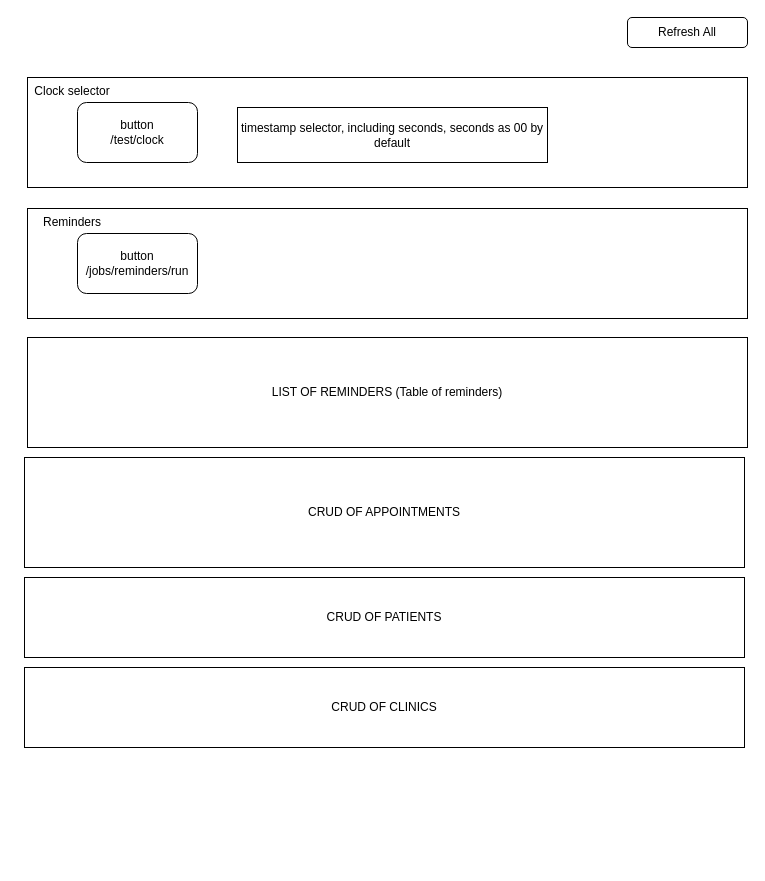
Before: frontend/frontend-layout.drawio in marlonmacedoiberico/backend-challenge, a draw.io diagram. Source tidied: cells renumbered, new cells numbered last; positions are measured from the earlier drawing's top-left corner, leaving out a move shared by most shapes. Both pictures are drawn from the tidied source at 100%, with x=0, y=0 at pixel (17, 17).
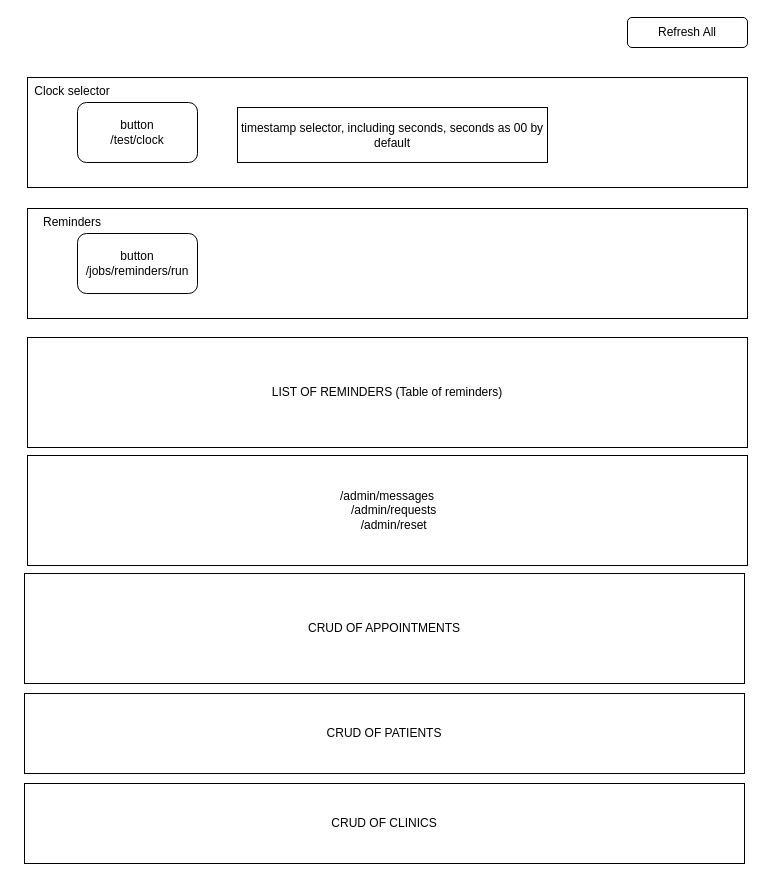
The same diagram, later.

Commit message (it also covers changes not shown here):
refined frontend spec

Change to the diagram source:
```diff
@@
 <mxGraphModel>
   <root>
     <mxCell id="0" />
     <mxCell id="1" parent="0" />
     <mxCell id="2" style="rounded=0;whiteSpace=wrap;html=1;" parent="1" vertex="1">
       <mxGeometry x="10" y="60" width="720" height="110" as="geometry" />
     </mxCell>
     <mxCell id="3" value="button&lt;br&gt;/test/clock" style="rounded=1;whiteSpace=wrap;html=1;roundedPerimeter=1;" parent="1" vertex="1">
       <mxGeometry x="60" y="85" width="120" height="60" as="geometry" />
     </mxCell>
     <mxCell id="4" value="timestamp selector, including seconds, seconds as 00 by default" style="rounded=0;whiteSpace=wrap;html=1;" parent="1" vertex="1">
       <mxGeometry x="220" y="90" width="310" height="55" as="geometry" />
     </mxCell>
     <mxCell id="5" value="Clock selector" style="text;html=1;whiteSpace=wrap;strokeColor=none;fillColor=none;align=center;verticalAlign=middle;rounded=0;" parent="1" vertex="1">
       <mxGeometry y="59" width="110" height="30" as="geometry" />
     </mxCell>
     <mxCell id="6" style="rounded=0;whiteSpace=wrap;html=1;" parent="1" vertex="1">
       <mxGeometry x="10" y="191" width="720" height="110" as="geometry" />
     </mxCell>
     <mxCell id="7" value="button&lt;br&gt;&lt;span style=&quot;text-align: left;&quot;&gt;/jobs/reminders/run&lt;/span&gt;" style="rounded=1;whiteSpace=wrap;html=1;roundedPerimeter=1;" parent="1" vertex="1">
       <mxGeometry x="60" y="216" width="120" height="60" as="geometry" />
     </mxCell>
     <mxCell id="8" value="Reminders" style="text;html=1;whiteSpace=wrap;strokeColor=none;fillColor=none;align=center;verticalAlign=middle;rounded=0;" parent="1" vertex="1">
       <mxGeometry y="190" width="110" height="30" as="geometry" />
     </mxCell>
     <mxCell id="9" value="CRUD OF APPOINTMENTS" style="rounded=0;whiteSpace=wrap;html=1;" parent="1" vertex="1">
-      <mxGeometry x="7" y="440" width="720" height="110" as="geometry" />
+      <mxGeometry x="7" y="556" width="720" height="110" as="geometry" />
     </mxCell>
     <mxCell id="10" value="CRUD OF PATIENTS" style="rounded=0;whiteSpace=wrap;html=1;" parent="1" vertex="1">
-      <mxGeometry x="7" y="560" width="720" height="80" as="geometry" />
+      <mxGeometry x="7" y="676" width="720" height="80" as="geometry" />
     </mxCell>
     <mxCell id="11" value="CRUD OF CLINICS" style="rounded=0;whiteSpace=wrap;html=1;" parent="1" vertex="1">
-      <mxGeometry x="7" y="650" width="720" height="80" as="geometry" />
+      <mxGeometry x="7" y="766" width="720" height="80" as="geometry" />
     </mxCell>
     <mxCell id="12" value="LIST OF REMINDERS (Table of reminders)" style="rounded=0;whiteSpace=wrap;html=1;" parent="1" vertex="1">
       <mxGeometry x="10" y="320" width="720" height="110" as="geometry" />
     </mxCell>
     <mxCell id="13" value="Refresh All" style="rounded=1;whiteSpace=wrap;html=1;roundedPerimeter=1;" parent="1" vertex="1">
       <mxGeometry x="610" width="120" height="30" as="geometry" />
     </mxCell>
+    <mxCell id="14" value="&lt;div&gt;/admin/messages&lt;/div&gt;&lt;div&gt;&amp;nbsp; &amp;nbsp; /admin/requests&lt;/div&gt;&lt;div&gt;&amp;nbsp; &amp;nbsp; /admin/reset&lt;/div&gt;" style="rounded=0;whiteSpace=wrap;html=1;" parent="1" vertex="1">
+      <mxGeometry x="10" y="438" width="720" height="110" as="geometry" />
+    </mxCell>
   </root>
 </mxGraphModel>
```
